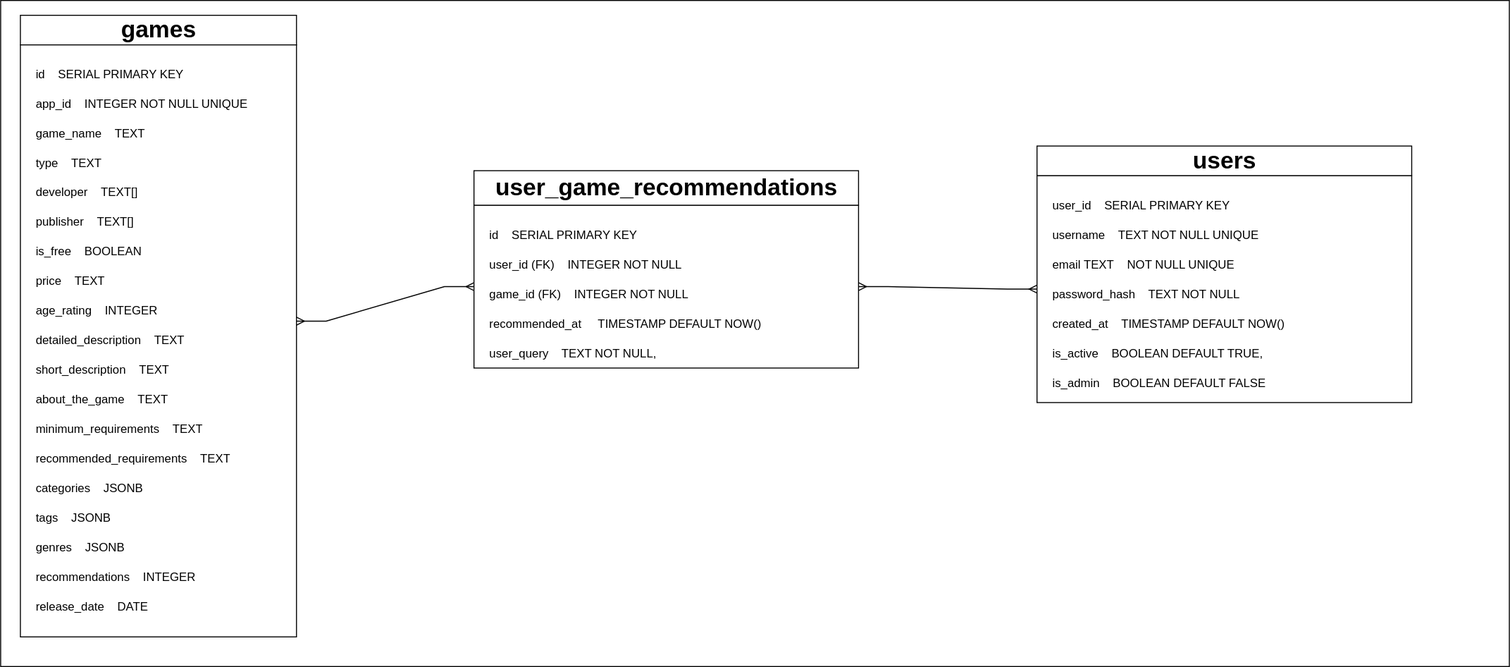
This is Scripts/Database/Schemat Bazy Danych.svg from Unsimpable2/GameRecommendation, a draw.io export, as it was before one commit. Source tidied: cells renumbered, new cells last; positions are measured from the earlier drawing's top-left corner, leaving out a move shared by most shapes. Its diagram source:
```xml
<mxGraphModel>
  <root>
    <mxCell id="0" />
    <mxCell id="1" parent="0" />
    <mxCell id="2" style="rounded=0;whiteSpace=wrap;html=1;" parent="1" vertex="1">
      <mxGeometry width="1530" height="675" as="geometry" />
    </mxCell>
    <mxCell id="3" style="rounded=0;whiteSpace=wrap;html=1;" parent="1" vertex="1">
      <mxGeometry x="480" y="207.5" width="390" height="165" as="geometry" />
    </mxCell>
    <mxCell id="4" style="rounded=0;whiteSpace=wrap;html=1;" parent="1" vertex="1">
      <mxGeometry x="1051" y="177.5" width="380" height="230" as="geometry" />
    </mxCell>
    <mxCell id="5" style="rounded=0;whiteSpace=wrap;html=1;" parent="1" vertex="1">
      <mxGeometry x="1051" y="147.5" width="380" height="30" as="geometry" />
    </mxCell>
    <mxCell id="6" style="rounded=0;whiteSpace=wrap;html=1;" parent="1" vertex="1">
      <mxGeometry x="20" y="15" width="280" height="30" as="geometry" />
    </mxCell>
    <mxCell id="7" style="rounded=0;whiteSpace=wrap;html=1;" parent="1" vertex="1">
      <mxGeometry x="20" y="45" width="280" height="600" as="geometry" />
    </mxCell>
    <mxCell id="8" value="id&amp;nbsp; &amp;nbsp;&amp;nbsp;SERIAL PRIMARY KEY" style="text;strokeColor=none;fillColor=none;align=left;verticalAlign=middle;spacingLeft=4;spacingRight=4;overflow=hidden;whiteSpace=wrap;html=1;" parent="1" vertex="1">
      <mxGeometry x="30" y="60" width="320" height="30" as="geometry" />
    </mxCell>
    <mxCell id="9" value="app_id&amp;nbsp; &amp;nbsp;&amp;nbsp;INTEGER NOT NULL UNIQUE" style="text;strokeColor=none;fillColor=none;align=left;verticalAlign=middle;spacingLeft=4;spacingRight=4;overflow=hidden;whiteSpace=wrap;html=1;" parent="1" vertex="1">
      <mxGeometry x="30" y="90" width="320" height="30" as="geometry" />
    </mxCell>
    <mxCell id="10" value="game_name&amp;nbsp; &amp;nbsp;&amp;nbsp;TEXT" style="text;strokeColor=none;fillColor=none;align=left;verticalAlign=middle;spacingLeft=4;spacingRight=4;overflow=hidden;whiteSpace=wrap;html=1;" parent="1" vertex="1">
      <mxGeometry x="30" y="120" width="320" height="30" as="geometry" />
    </mxCell>
    <mxCell id="11" value="type&amp;nbsp; &amp;nbsp;&amp;nbsp;TEXT" style="text;strokeColor=none;fillColor=none;align=left;verticalAlign=middle;spacingLeft=4;spacingRight=4;overflow=hidden;whiteSpace=wrap;html=1;" parent="1" vertex="1">
      <mxGeometry x="30" y="150" width="320" height="30" as="geometry" />
    </mxCell>
    <mxCell id="12" value="developer&amp;nbsp; &amp;nbsp;&amp;nbsp;TEXT[]" style="text;strokeColor=none;fillColor=none;align=left;verticalAlign=middle;spacingLeft=4;spacingRight=4;overflow=hidden;whiteSpace=wrap;html=1;" parent="1" vertex="1">
      <mxGeometry x="30" y="180" width="320" height="30" as="geometry" />
    </mxCell>
    <mxCell id="13" value="publisher&amp;nbsp; &amp;nbsp;&amp;nbsp;TEXT[]" style="text;strokeColor=none;fillColor=none;align=left;verticalAlign=middle;spacingLeft=4;spacingRight=4;overflow=hidden;whiteSpace=wrap;html=1;" parent="1" vertex="1">
      <mxGeometry x="30" y="210" width="320" height="30" as="geometry" />
    </mxCell>
    <mxCell id="14" value="is_free&amp;nbsp; &amp;nbsp;&amp;nbsp;BOOLEAN" style="text;strokeColor=none;fillColor=none;align=left;verticalAlign=middle;spacingLeft=4;spacingRight=4;overflow=hidden;whiteSpace=wrap;html=1;" parent="1" vertex="1">
      <mxGeometry x="30" y="240" width="320" height="30" as="geometry" />
    </mxCell>
    <mxCell id="15" value="price&amp;nbsp; &amp;nbsp;&amp;nbsp;TEXT" style="text;strokeColor=none;fillColor=none;align=left;verticalAlign=middle;spacingLeft=4;spacingRight=4;overflow=hidden;whiteSpace=wrap;html=1;" parent="1" vertex="1">
      <mxGeometry x="30" y="270" width="320" height="30" as="geometry" />
    </mxCell>
    <mxCell id="16" value="release_date&amp;nbsp; &amp;nbsp;&amp;nbsp;DATE" style="text;strokeColor=none;fillColor=none;align=left;verticalAlign=middle;spacingLeft=4;spacingRight=4;overflow=hidden;whiteSpace=wrap;html=1;" parent="1" vertex="1">
      <mxGeometry x="30" y="600" width="320" height="30" as="geometry" />
    </mxCell>
    <mxCell id="17" value="recommendations&amp;nbsp; &amp;nbsp;&amp;nbsp;INTEGER" style="text;strokeColor=none;fillColor=none;align=left;verticalAlign=middle;spacingLeft=4;spacingRight=4;overflow=hidden;whiteSpace=wrap;html=1;" parent="1" vertex="1">
      <mxGeometry x="30" y="570" width="320" height="30" as="geometry" />
    </mxCell>
    <mxCell id="18" value="genres&amp;nbsp; &amp;nbsp;&amp;nbsp;JSONB" style="text;strokeColor=none;fillColor=none;align=left;verticalAlign=middle;spacingLeft=4;spacingRight=4;overflow=hidden;whiteSpace=wrap;html=1;" parent="1" vertex="1">
      <mxGeometry x="30" y="540" width="320" height="30" as="geometry" />
    </mxCell>
    <mxCell id="19" value="tags&amp;nbsp; &amp;nbsp;&amp;nbsp;JSONB" style="text;strokeColor=none;fillColor=none;align=left;verticalAlign=middle;spacingLeft=4;spacingRight=4;overflow=hidden;whiteSpace=wrap;html=1;" parent="1" vertex="1">
      <mxGeometry x="30" y="510" width="320" height="30" as="geometry" />
    </mxCell>
    <mxCell id="20" value="categories&amp;nbsp; &amp;nbsp;&amp;nbsp;JSONB" style="text;strokeColor=none;fillColor=none;align=left;verticalAlign=middle;spacingLeft=4;spacingRight=4;overflow=hidden;whiteSpace=wrap;html=1;" parent="1" vertex="1">
      <mxGeometry x="30" y="480" width="320" height="30" as="geometry" />
    </mxCell>
    <mxCell id="21" value="recommended_requirements&amp;nbsp; &amp;nbsp;&amp;nbsp;TEXT" style="text;strokeColor=none;fillColor=none;align=left;verticalAlign=middle;spacingLeft=4;spacingRight=4;overflow=hidden;whiteSpace=wrap;html=1;" parent="1" vertex="1">
      <mxGeometry x="30" y="450" width="320" height="30" as="geometry" />
    </mxCell>
    <mxCell id="22" value="minimum_requirements&amp;nbsp; &amp;nbsp;&amp;nbsp;TEXT" style="text;strokeColor=none;fillColor=none;align=left;verticalAlign=middle;spacingLeft=4;spacingRight=4;overflow=hidden;whiteSpace=wrap;html=1;" parent="1" vertex="1">
      <mxGeometry x="30" y="420" width="320" height="30" as="geometry" />
    </mxCell>
    <mxCell id="23" value="about_the_game&amp;nbsp; &amp;nbsp;&amp;nbsp;TEXT" style="text;strokeColor=none;fillColor=none;align=left;verticalAlign=middle;spacingLeft=4;spacingRight=4;overflow=hidden;whiteSpace=wrap;html=1;" parent="1" vertex="1">
      <mxGeometry x="30" y="390" width="320" height="30" as="geometry" />
    </mxCell>
    <mxCell id="24" value="short_description&amp;nbsp; &amp;nbsp;&amp;nbsp;TEXT" style="text;strokeColor=none;fillColor=none;align=left;verticalAlign=middle;spacingLeft=4;spacingRight=4;overflow=hidden;whiteSpace=wrap;html=1;" parent="1" vertex="1">
      <mxGeometry x="30" y="360" width="320" height="30" as="geometry" />
    </mxCell>
    <mxCell id="25" value="detailed_description&amp;nbsp; &amp;nbsp;&amp;nbsp;TEXT" style="text;strokeColor=none;fillColor=none;align=left;verticalAlign=middle;spacingLeft=4;spacingRight=4;overflow=hidden;whiteSpace=wrap;html=1;" parent="1" vertex="1">
      <mxGeometry x="30" y="330" width="320" height="30" as="geometry" />
    </mxCell>
    <mxCell id="26" value="age_rating&amp;nbsp; &amp;nbsp;&amp;nbsp;INTEGER" style="text;strokeColor=none;fillColor=none;align=left;verticalAlign=middle;spacingLeft=4;spacingRight=4;overflow=hidden;points=[[0,0.5],[1,0.5]];portConstraint=eastwest;whiteSpace=wrap;html=1;" parent="1" vertex="1">
      <mxGeometry x="30" y="300" width="320" height="30" as="geometry" />
    </mxCell>
    <mxCell id="27" value="games" style="text;strokeColor=none;fillColor=none;html=1;fontSize=24;fontStyle=1;verticalAlign=middle;align=center;" parent="1" vertex="1">
      <mxGeometry x="110" y="10" width="100" height="40" as="geometry" />
    </mxCell>
    <mxCell id="28" value="users" style="text;strokeColor=none;fillColor=none;html=1;fontSize=24;fontStyle=1;verticalAlign=middle;align=center;" parent="1" vertex="1">
      <mxGeometry x="1191" y="142.5" width="100" height="40" as="geometry" />
    </mxCell>
    <mxCell id="29" value="user_id&amp;nbsp; &amp;nbsp;&amp;nbsp;SERIAL PRIMARY KEY" style="text;strokeColor=none;fillColor=none;align=left;verticalAlign=middle;spacingLeft=4;spacingRight=4;overflow=hidden;whiteSpace=wrap;html=1;" parent="1" vertex="1">
      <mxGeometry x="1061" y="192.5" width="320" height="30" as="geometry" />
    </mxCell>
    <mxCell id="30" value="username&amp;nbsp; &amp;nbsp;&amp;nbsp;TEXT NOT NULL UNIQUE" style="text;strokeColor=none;fillColor=none;align=left;verticalAlign=middle;spacingLeft=4;spacingRight=4;overflow=hidden;whiteSpace=wrap;html=1;" parent="1" vertex="1">
      <mxGeometry x="1061" y="222.5" width="320" height="30" as="geometry" />
    </mxCell>
    <mxCell id="31" value="email TEXT&amp;nbsp; &amp;nbsp; NOT NULL UNIQUE" style="text;strokeColor=none;fillColor=none;align=left;verticalAlign=middle;spacingLeft=4;spacingRight=4;overflow=hidden;whiteSpace=wrap;html=1;" parent="1" vertex="1">
      <mxGeometry x="1061" y="252.5" width="320" height="30" as="geometry" />
    </mxCell>
    <mxCell id="32" value="password_hash&amp;nbsp; &amp;nbsp; TEXT NOT NULL" style="text;strokeColor=none;fillColor=none;align=left;verticalAlign=middle;spacingLeft=4;spacingRight=4;overflow=hidden;whiteSpace=wrap;html=1;" parent="1" vertex="1">
      <mxGeometry x="1061" y="282.5" width="320" height="30" as="geometry" />
    </mxCell>
    <mxCell id="33" value="created_at&amp;nbsp; &amp;nbsp; TIMESTAMP DEFAULT NOW()" style="text;strokeColor=none;fillColor=none;align=left;verticalAlign=middle;spacingLeft=4;spacingRight=4;overflow=hidden;whiteSpace=wrap;html=1;" parent="1" vertex="1">
      <mxGeometry x="1061" y="312.5" width="320" height="30" as="geometry" />
    </mxCell>
    <mxCell id="34" value="is_active&amp;nbsp; &amp;nbsp; BOOLEAN &lt;span class=&quot;hljs-keyword&quot;&gt;DEFAULT&lt;/span&gt; &lt;span class=&quot;hljs-literal&quot;&gt;TRUE&lt;/span&gt;," style="text;strokeColor=none;fillColor=none;align=left;verticalAlign=middle;spacingLeft=4;spacingRight=4;overflow=hidden;whiteSpace=wrap;html=1;" parent="1" vertex="1">
      <mxGeometry x="1061" y="342.5" width="320" height="30" as="geometry" />
    </mxCell>
    <mxCell id="35" value="is_admin&amp;nbsp; &amp;nbsp; BOOLEAN &lt;span class=&quot;hljs-keyword&quot;&gt;DEFAULT&lt;/span&gt; &lt;span class=&quot;hljs-literal&quot;&gt;FALSE&lt;/span&gt;" style="text;strokeColor=none;fillColor=none;align=left;verticalAlign=middle;spacingLeft=4;spacingRight=4;overflow=hidden;whiteSpace=wrap;html=1;" parent="1" vertex="1">
      <mxGeometry x="1061" y="372.5" width="320" height="30" as="geometry" />
    </mxCell>
    <mxCell id="36" style="rounded=0;whiteSpace=wrap;html=1;" parent="1" vertex="1">
      <mxGeometry x="480" y="172.5" width="390" height="35" as="geometry" />
    </mxCell>
    <mxCell id="37" value="user_game_recommendations " style="text;strokeColor=none;fillColor=none;html=1;fontSize=24;fontStyle=1;verticalAlign=middle;align=center;" parent="1" vertex="1">
      <mxGeometry x="625" y="170" width="100" height="40" as="geometry" />
    </mxCell>
    <mxCell id="38" value="id&amp;nbsp; &amp;nbsp; SERIAL PRIMARY KEY" style="text;strokeColor=none;fillColor=none;align=left;verticalAlign=middle;spacingLeft=4;spacingRight=4;overflow=hidden;whiteSpace=wrap;html=1;" parent="1" vertex="1">
      <mxGeometry x="490" y="222.5" width="320" height="30" as="geometry" />
    </mxCell>
    <mxCell id="39" value="user_id (FK)&amp;nbsp; &amp;nbsp; INTEGER NOT NULL" style="text;strokeColor=none;fillColor=none;align=left;verticalAlign=middle;spacingLeft=4;spacingRight=4;overflow=hidden;whiteSpace=wrap;html=1;" parent="1" vertex="1">
      <mxGeometry x="490" y="252.5" width="320" height="30" as="geometry" />
    </mxCell>
    <mxCell id="40" value="game_id (FK)&amp;nbsp; &amp;nbsp; INTEGER NOT NULL" style="text;strokeColor=none;fillColor=none;align=left;verticalAlign=middle;spacingLeft=4;spacingRight=4;overflow=hidden;whiteSpace=wrap;html=1;" parent="1" vertex="1">
      <mxGeometry x="490" y="282.5" width="320" height="30" as="geometry" />
    </mxCell>
    <mxCell id="41" value="recommended_at&amp;nbsp; &amp;nbsp; &amp;nbsp;TIMESTAMP DEFAULT NOW()" style="text;strokeColor=none;fillColor=none;align=left;verticalAlign=middle;spacingLeft=4;spacingRight=4;overflow=hidden;whiteSpace=wrap;html=1;" parent="1" vertex="1">
      <mxGeometry x="490" y="312.5" width="320" height="30" as="geometry" />
    </mxCell>
    <mxCell id="42" value="user_query&amp;nbsp; &amp;nbsp; TEXT NOT NULL," style="text;strokeColor=none;fillColor=none;align=left;verticalAlign=middle;spacingLeft=4;spacingRight=4;overflow=hidden;whiteSpace=wrap;html=1;" parent="1" vertex="1">
      <mxGeometry x="490" y="342.5" width="320" height="30" as="geometry" />
    </mxCell>
    <mxCell id="43" style="edgeStyle=entityRelationEdgeStyle;fontSize=20;html=1;endArrow=ERmany;startArrow=ERmany;rounded=0;exitX=0.844;exitY=0.833;exitDx=0;exitDy=0;exitPerimeter=0;entryX=0;entryY=0.5;entryDx=0;entryDy=0;" parent="1" edge="1" source="26" target="3">
      <mxGeometry relative="1" as="geometry" />
    </mxCell>
    <mxCell id="44" style="edgeStyle=entityRelationEdgeStyle;fontSize=12;html=1;endArrow=ERmany;startArrow=ERmany;rounded=0;entryX=0;entryY=0.5;entryDx=0;entryDy=0;" parent="1" edge="1" source="3" target="4">
      <mxGeometry relative="1" as="geometry" />
    </mxCell>
  </root>
</mxGraphModel>
```
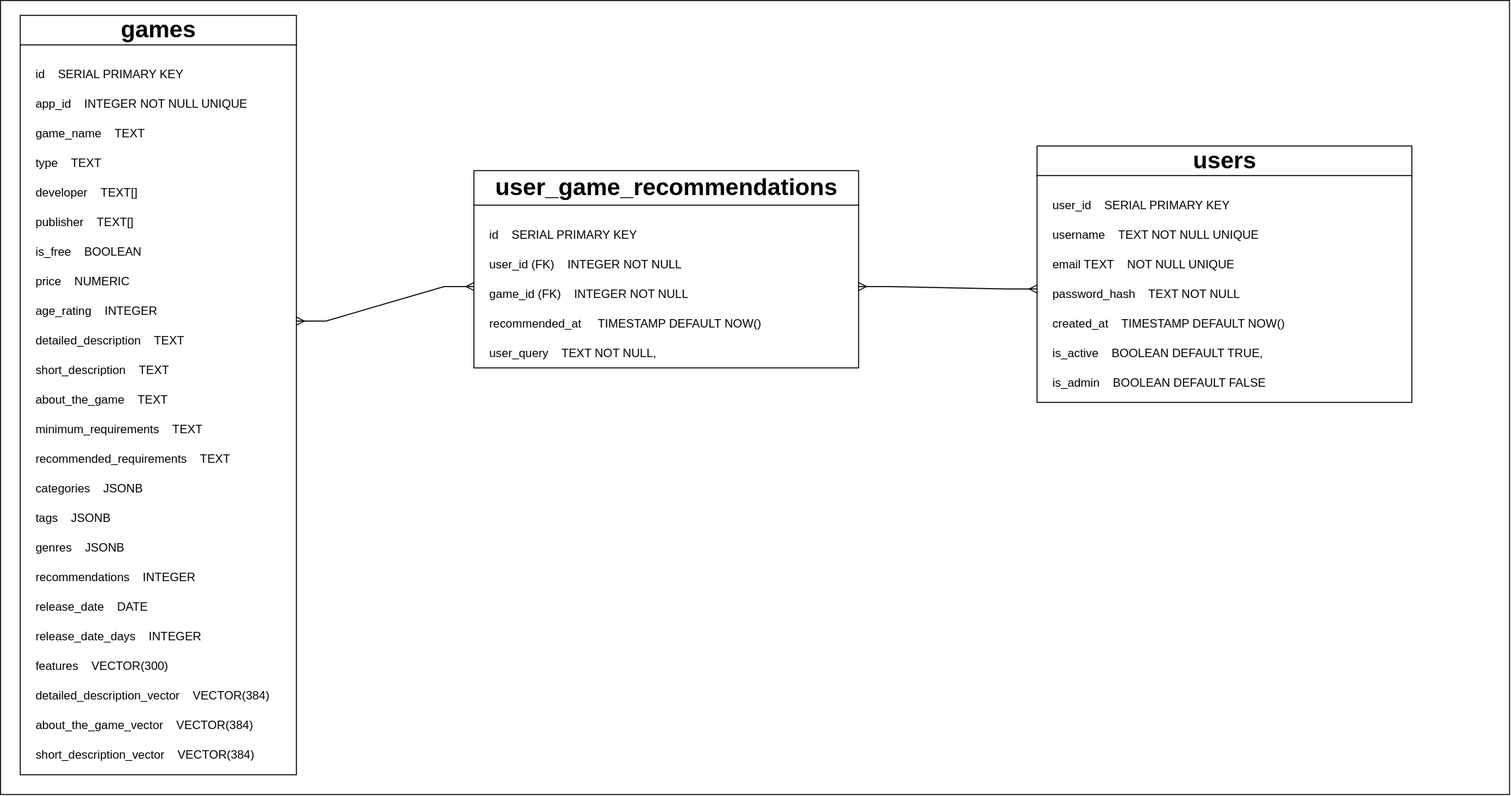
Above is the later version.

Diff of the diagram source:
```diff
@@ -3,7 +3,7 @@
     <mxCell id="0" />
     <mxCell id="1" parent="0" />
     <mxCell id="2" style="rounded=0;whiteSpace=wrap;html=1;" parent="1" vertex="1">
-      <mxGeometry width="1530" height="675" as="geometry" />
+      <mxGeometry width="1530" height="805" as="geometry" />
     </mxCell>
     <mxCell id="3" style="rounded=0;whiteSpace=wrap;html=1;" parent="1" vertex="1">
       <mxGeometry x="480" y="207.5" width="390" height="165" as="geometry" />
@@ -18,7 +18,7 @@
       <mxGeometry x="20" y="15" width="280" height="30" as="geometry" />
     </mxCell>
     <mxCell id="7" style="rounded=0;whiteSpace=wrap;html=1;" parent="1" vertex="1">
-      <mxGeometry x="20" y="45" width="280" height="600" as="geometry" />
+      <mxGeometry x="20" y="45" width="280" height="740" as="geometry" />
     </mxCell>
     <mxCell id="8" value="id&amp;nbsp; &amp;nbsp;&amp;nbsp;SERIAL PRIMARY KEY" style="text;strokeColor=none;fillColor=none;align=left;verticalAlign=middle;spacingLeft=4;spacingRight=4;overflow=hidden;whiteSpace=wrap;html=1;" parent="1" vertex="1">
       <mxGeometry x="30" y="60" width="320" height="30" as="geometry" />
@@ -41,7 +41,7 @@
     <mxCell id="14" value="is_free&amp;nbsp; &amp;nbsp;&amp;nbsp;BOOLEAN" style="text;strokeColor=none;fillColor=none;align=left;verticalAlign=middle;spacingLeft=4;spacingRight=4;overflow=hidden;whiteSpace=wrap;html=1;" parent="1" vertex="1">
       <mxGeometry x="30" y="240" width="320" height="30" as="geometry" />
     </mxCell>
-    <mxCell id="15" value="price&amp;nbsp; &amp;nbsp;&amp;nbsp;TEXT" style="text;strokeColor=none;fillColor=none;align=left;verticalAlign=middle;spacingLeft=4;spacingRight=4;overflow=hidden;whiteSpace=wrap;html=1;" parent="1" vertex="1">
+    <mxCell id="15" value="price&amp;nbsp; &amp;nbsp; NUMERIC" style="text;strokeColor=none;fillColor=none;align=left;verticalAlign=middle;spacingLeft=4;spacingRight=4;overflow=hidden;whiteSpace=wrap;html=1;" parent="1" vertex="1">
       <mxGeometry x="30" y="270" width="320" height="30" as="geometry" />
     </mxCell>
     <mxCell id="16" value="release_date&amp;nbsp; &amp;nbsp;&amp;nbsp;DATE" style="text;strokeColor=none;fillColor=none;align=left;verticalAlign=middle;spacingLeft=4;spacingRight=4;overflow=hidden;whiteSpace=wrap;html=1;" parent="1" vertex="1">
@@ -131,5 +131,20 @@
     <mxCell id="44" style="edgeStyle=entityRelationEdgeStyle;fontSize=12;html=1;endArrow=ERmany;startArrow=ERmany;rounded=0;entryX=0;entryY=0.5;entryDx=0;entryDy=0;" parent="1" edge="1" source="3" target="4">
       <mxGeometry relative="1" as="geometry" />
     </mxCell>
+    <mxCell id="45" value="release_date_days&amp;nbsp; &amp;nbsp; INTEGER" style="text;strokeColor=none;fillColor=none;align=left;verticalAlign=middle;spacingLeft=4;spacingRight=4;overflow=hidden;whiteSpace=wrap;html=1;" parent="1" vertex="1">
+      <mxGeometry x="30" y="630" width="320" height="30" as="geometry" />
+    </mxCell>
+    <mxCell id="46" value="features&amp;nbsp; &amp;nbsp; VECTOR(300)" style="text;strokeColor=none;fillColor=none;align=left;verticalAlign=middle;spacingLeft=4;spacingRight=4;overflow=hidden;whiteSpace=wrap;html=1;" parent="1" vertex="1">
+      <mxGeometry x="30" y="660" width="320" height="30" as="geometry" />
+    </mxCell>
+    <mxCell id="47" value="detailed_description_vector&amp;nbsp; &amp;nbsp; VECTOR(384)" style="text;strokeColor=none;fillColor=none;align=left;verticalAlign=middle;spacingLeft=4;spacingRight=4;overflow=hidden;whiteSpace=wrap;html=1;" parent="1" vertex="1">
+      <mxGeometry x="30" y="690" width="320" height="30" as="geometry" />
+    </mxCell>
+    <mxCell id="48" value="about_the_game_vector&amp;nbsp; &amp;nbsp; VECTOR(384)" style="text;strokeColor=none;fillColor=none;align=left;verticalAlign=middle;spacingLeft=4;spacingRight=4;overflow=hidden;whiteSpace=wrap;html=1;" parent="1" vertex="1">
+      <mxGeometry x="30" y="720" width="320" height="30" as="geometry" />
+    </mxCell>
+    <mxCell id="49" value="short_description_vector&amp;nbsp; &amp;nbsp; VECTOR(384)" style="text;strokeColor=none;fillColor=none;align=left;verticalAlign=middle;spacingLeft=4;spacingRight=4;overflow=hidden;whiteSpace=wrap;html=1;" parent="1" vertex="1">
+      <mxGeometry x="30" y="750" width="320" height="30" as="geometry" />
+    </mxCell>
   </root>
 </mxGraphModel>
```
